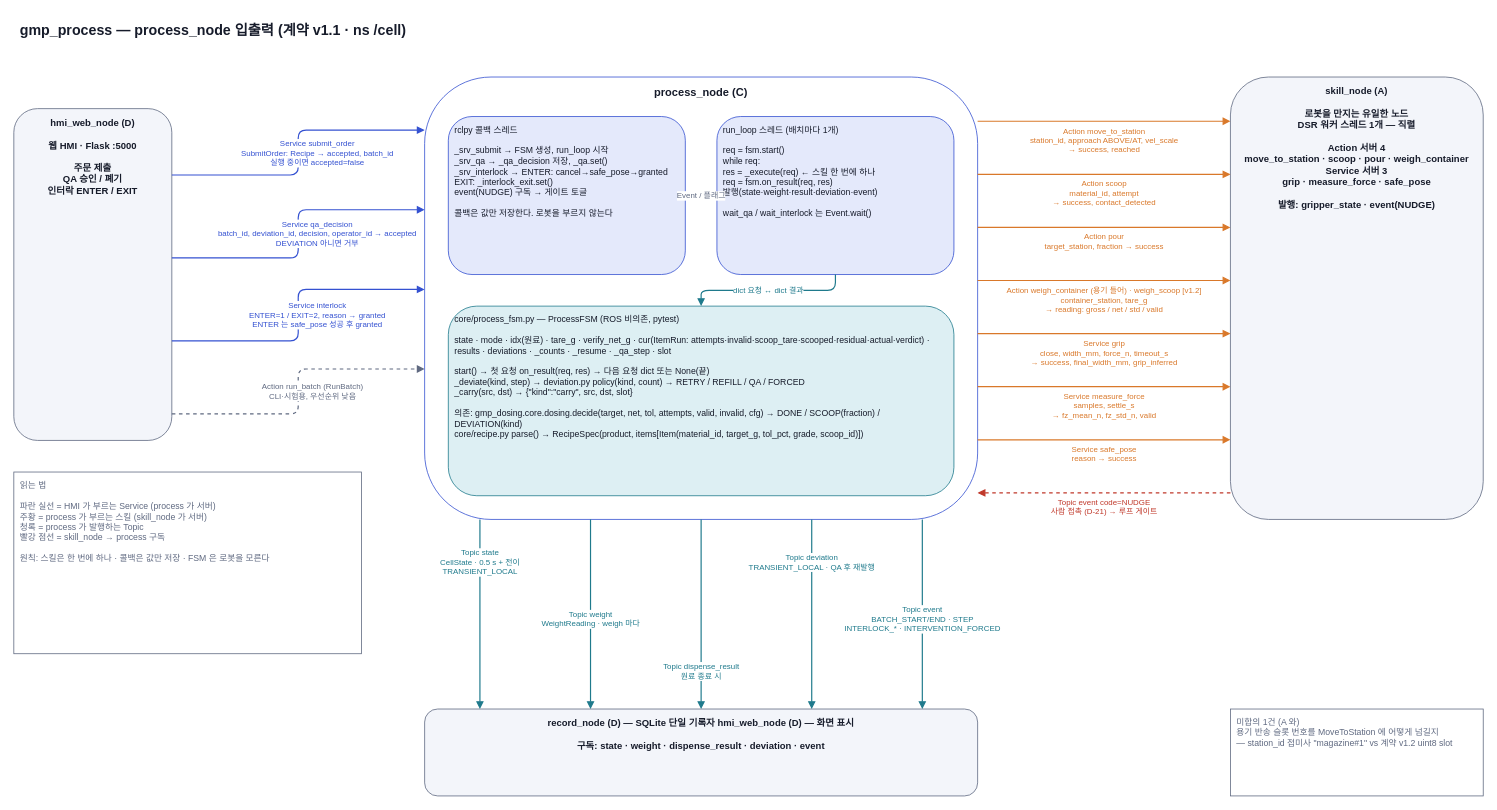
This is page "1 노드 입출력" (1 of 4) of docs/diagrams/process_flow.drawio from Jik-Kim/auto-pharmacist, a draw.io file, before an edit. Source tidied: cells renumbered, new cells numbered last; positions are measured from the earlier drawing's top-left corner, leaving out a move shared by most shapes. Both pictures are drawn from the tidied source at 79%, with x=0, y=0 at pixel (13, 13).
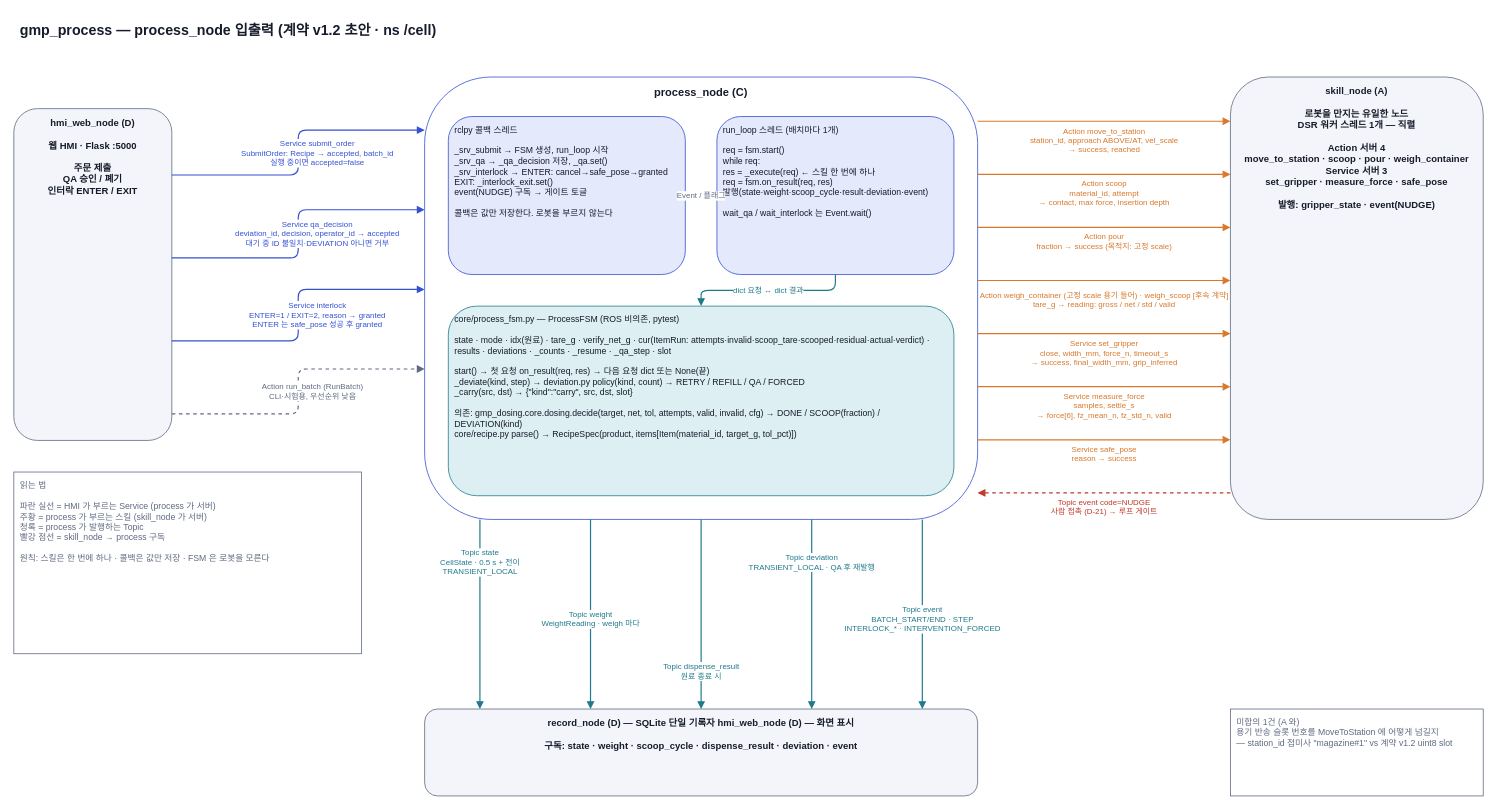
The same page after the edit.

Unchanged cells that the change refers to:
```xml
<mxCell id="3" value="hmi_web_node (D)&lt;br&gt;&lt;br&gt;웹 HMI · Flask :5000&lt;br&gt;&lt;br&gt;주문 제출&lt;br&gt;QA 승인 / 폐기&lt;br&gt;인터락 ENTER / EXIT" style="rounded=1;whiteSpace=wrap;html=1;fillColor=#F3F5FA;strokeColor=#5F6980;fontColor=#161B2A;fontSize=12;align=center;verticalAlign=top;spacingTop=4;spacingLeft=6;spacingRight=6;fontStyle=1;" parent="1" vertex="1">
  <mxGeometry y="120" width="200" height="420" as="geometry" />
</mxCell>
<mxCell id="4" value="process_node (C)" style="rounded=1;whiteSpace=wrap;html=1;fillColor=#FFFFFF;strokeColor=#3451D1;fontColor=#161B2A;fontSize=14;align=center;verticalAlign=top;spacingTop=4;spacingLeft=6;spacingRight=6;fontStyle=1;" parent="1" vertex="1">
  <mxGeometry x="520" y="80" width="700" height="560" as="geometry" />
</mxCell>
```

Change to the diagram source:
```diff
@@
-    <mxCell id="2" value="gmp_process — process_node 입출력 (계약 v1.1 · ns /cell)" style="rounded=1;whiteSpace=wrap;html=1;fillColor=#FFFFFF;strokeColor=none;fontColor=#161B2A;fontSize=18;align=left;verticalAlign=top;spacingTop=4;spacingLeft=6;spacingRight=6;fontStyle=1;" parent="1" vertex="1">
+    <mxCell id="2" value="gmp_process — process_node 입출력 (계약 v1.2 초안 · ns /cell)" style="rounded=1;whiteSpace=wrap;html=1;fillColor=#FFFFFF;strokeColor=none;fontColor=#161B2A;fontSize=18;align=left;verticalAlign=top;spacingTop=4;spacingLeft=6;spacingRight=6;fontStyle=1;" parent="1" vertex="1">
       <mxGeometry width="1860" height="40" as="geometry" />
     </mxCell>
@@
-    <mxCell id="6" value="run_loop 스레드 (배치마다 1개)&lt;br&gt;&lt;br&gt;req = fsm.start()&lt;br&gt;while req:&lt;br&gt;    res = _execute(req)   ← 스킬 한 번에 하나&lt;br&gt;    req = fsm.on_result(req, res)&lt;br&gt;    발행(state·weight·result·deviation·event)&lt;br&gt;&lt;br&gt;wait_qa / wait_interlock 는 Event.wait()" style="rounded=1;whiteSpace=wrap;html=1;fillColor=#E4E9FB;strokeColor=#3451D1;fontColor=#161B2A;fontSize=11;align=left;verticalAlign=top;spacingTop=4;spacingLeft=6;spacingRight=6;" parent="1" vertex="1">
+    <mxCell id="6" value="run_loop 스레드 (배치마다 1개)&lt;br&gt;&lt;br&gt;req = fsm.start()&lt;br&gt;while req:&lt;br&gt;    res = _execute(req)   ← 스킬 한 번에 하나&lt;br&gt;    req = fsm.on_result(req, res)&lt;br&gt;    발행(state·weight·scoop_cycle·result·deviation·event)&lt;br&gt;&lt;br&gt;wait_qa / wait_interlock 는 Event.wait()" style="rounded=1;whiteSpace=wrap;html=1;fillColor=#E4E9FB;strokeColor=#3451D1;fontColor=#161B2A;fontSize=11;align=left;verticalAlign=top;spacingTop=4;spacingLeft=6;spacingRight=6;" parent="1" vertex="1">
       <mxGeometry x="890" y="130" width="300" height="200" as="geometry" />
     </mxCell>
-    <mxCell id="7" value="core/process_fsm.py — ProcessFSM (ROS 비의존, pytest)&lt;br&gt;&lt;br&gt;state · mode · idx(원료) · tare_g · verify_net_g · cur(ItemRun: attempts·invalid·scoop_tare·scooped·residual·actual·verdict) · results · deviations · _counts · _resume · _qa_step · slot&lt;br&gt;&lt;br&gt;start() → 첫 요청     on_result(req, res) → 다음 요청 dict 또는 None(끝)&lt;br&gt;_deviate(kind, step) → deviation.py policy(kind, count) → RETRY / REFILL / QA / FORCED&lt;br&gt;_carry(src, dst) → {&quot;kind&quot;:&quot;carry&quot;, src, dst, slot}&lt;br&gt;&lt;br&gt;의존: gmp_dosing.core.dosing.decide(target, net, tol, attempts, valid, invalid, cfg) → DONE / SCOOP(fraction) / DEVIATION(kind)&lt;br&gt;        core/recipe.py parse() → RecipeSpec(product, items[Item(material_id, target_g, tol_pct, grade, scoop_id)])" style="rounded=1;whiteSpace=wrap;html=1;fillColor=#DDEFF3;strokeColor=#1F7A8C;fontColor=#161B2A;fontSize=11;align=left;verticalAlign=top;spacingTop=4;spacingLeft=6;spacingRight=6;" parent="1" vertex="1">
+    <mxCell id="7" value="core/process_fsm.py — ProcessFSM (ROS 비의존, pytest)&lt;br&gt;&lt;br&gt;state · mode · idx(원료) · tare_g · verify_net_g · cur(ItemRun: attempts·invalid·scoop_tare·scooped·residual·actual·verdict) · results · deviations · _counts · _resume · _qa_step · slot&lt;br&gt;&lt;br&gt;start() → 첫 요청     on_result(req, res) → 다음 요청 dict 또는 None(끝)&lt;br&gt;_deviate(kind, step) → deviation.py policy(kind, count) → RETRY / REFILL / QA / FORCED&lt;br&gt;_carry(src, dst) → {&quot;kind&quot;:&quot;carry&quot;, src, dst, slot}&lt;br&gt;&lt;br&gt;의존: gmp_dosing.core.dosing.decide(target, net, tol, attempts, valid, invalid, cfg) → DONE / SCOOP(fraction) / DEVIATION(kind)&lt;br&gt;        core/recipe.py parse() → RecipeSpec(product, items[Item(material_id, target_g, tol_pct)])" style="rounded=1;whiteSpace=wrap;html=1;fillColor=#DDEFF3;strokeColor=#1F7A8C;fontColor=#161B2A;fontSize=11;align=left;verticalAlign=top;spacingTop=4;spacingLeft=6;spacingRight=6;" parent="1" vertex="1">
       <mxGeometry x="550" y="370" width="640" height="240" as="geometry" />
     </mxCell>
@@
-    <mxCell id="10" value="skill_node (A)&lt;br&gt;&lt;br&gt;로봇을 만지는 유일한 노드&lt;br&gt;DSR 워커 스레드 1개 — 직렬&lt;br&gt;&lt;br&gt;Action 서버 4&lt;br&gt;  move_to_station · scoop · pour · weigh_container&lt;br&gt;Service 서버 3&lt;br&gt;  grip · measure_force · safe_pose&lt;br&gt;&lt;br&gt;발행: gripper_state · event(NUDGE)" style="rounded=1;whiteSpace=wrap;html=1;fillColor=#F3F5FA;strokeColor=#5F6980;fontColor=#161B2A;fontSize=12;align=center;verticalAlign=top;spacingTop=4;spacingLeft=6;spacingRight=6;fontStyle=1;" parent="1" vertex="1">
+    <mxCell id="10" value="skill_node (A)&lt;br&gt;&lt;br&gt;로봇을 만지는 유일한 노드&lt;br&gt;DSR 워커 스레드 1개 — 직렬&lt;br&gt;&lt;br&gt;Action 서버 4&lt;br&gt;  move_to_station · scoop · pour · weigh_container&lt;br&gt;Service 서버 3&lt;br&gt;  set_gripper · measure_force · safe_pose&lt;br&gt;&lt;br&gt;발행: gripper_state · event(NUDGE)" style="rounded=1;whiteSpace=wrap;html=1;fillColor=#F3F5FA;strokeColor=#5F6980;fontColor=#161B2A;fontSize=12;align=center;verticalAlign=top;spacingTop=4;spacingLeft=6;spacingRight=6;fontStyle=1;" parent="1" vertex="1">
       <mxGeometry x="1540" y="80" width="320" height="560" as="geometry" />
     </mxCell>
-    <mxCell id="11" value="record_node (D) — SQLite 단일 기록자        hmi_web_node (D) — 화면 표시&lt;br&gt;&lt;br&gt;구독: state · weight · dispense_result · deviation · event" style="rounded=1;whiteSpace=wrap;html=1;fillColor=#F3F5FA;strokeColor=#5F6980;fontColor=#161B2A;fontSize=12;align=center;verticalAlign=top;spacingTop=4;spacingLeft=6;spacingRight=6;fontStyle=1;" parent="1" vertex="1">
+    <mxCell id="11" value="record_node (D) — SQLite 단일 기록자        hmi_web_node (D) — 화면 표시&lt;br&gt;&lt;br&gt;구독: state · weight · scoop_cycle · dispense_result · deviation · event" style="rounded=1;whiteSpace=wrap;html=1;fillColor=#F3F5FA;strokeColor=#5F6980;fontColor=#161B2A;fontSize=12;align=center;verticalAlign=top;spacingTop=4;spacingLeft=6;spacingRight=6;fontStyle=1;" parent="1" vertex="1">
       <mxGeometry x="520" y="880" width="700" height="110" as="geometry" />
     </mxCell>
@@
-    <mxCell id="13" value="Service qa_decision&lt;br&gt;batch_id, deviation_id, decision, operator_id → accepted&lt;br&gt;DEVIATION 아니면 거부" style="edgeStyle=orthogonalEdgeStyle;rounded=1;html=1;endArrow=block;endFill=1;strokeColor=#3451D1;strokeWidth=1.5;fontColor=#3451D1;fontSize=10;labelBackgroundColor=#FFFFFF;exitX=1;exitY=0.45;exitDx=0;exitDy=0;entryX=0;entryY=0.3;entryDx=0;entryDy=0;" parent="1" edge="1" source="3" target="4">
+    <mxCell id="13" value="Service qa_decision&lt;br&gt;deviation_id, decision, operator_id → accepted&lt;br&gt;대기 중 ID 불일치·DEVIATION 아니면 거부" style="edgeStyle=orthogonalEdgeStyle;rounded=1;html=1;endArrow=block;endFill=1;strokeColor=#3451D1;strokeWidth=1.5;fontColor=#3451D1;fontSize=10;labelBackgroundColor=#FFFFFF;exitX=1;exitY=0.45;exitDx=0;exitDy=0;entryX=0;entryY=0.3;entryDx=0;entryDy=0;" parent="1" edge="1" source="3" target="4">
       <mxGeometry y="-24" relative="1" as="geometry" />
     </mxCell>
@@
-    <mxCell id="17" value="Action scoop&lt;br&gt;material_id, attempt&lt;br&gt;→ success, contact_detected" style="edgeStyle=orthogonalEdgeStyle;rounded=1;html=1;endArrow=block;endFill=1;strokeColor=#D9782A;strokeWidth=1.5;fontColor=#D9782A;fontSize=10;labelBackgroundColor=#FFFFFF;exitX=1;exitY=0.22;exitDx=0;exitDy=0;entryX=0;entryY=0.22;entryDx=0;entryDy=0;" parent="1" edge="1" source="4" target="10">
+    <mxCell id="17" value="Action scoop&lt;br&gt;material_id, attempt&lt;br&gt;→ contact, max force, insertion depth" style="edgeStyle=orthogonalEdgeStyle;rounded=1;html=1;endArrow=block;endFill=1;strokeColor=#D9782A;strokeWidth=1.5;fontColor=#D9782A;fontSize=10;labelBackgroundColor=#FFFFFF;exitX=1;exitY=0.22;exitDx=0;exitDy=0;entryX=0;entryY=0.22;entryDx=0;entryDy=0;" parent="1" edge="1" source="4" target="10">
       <mxGeometry y="-24" relative="1" as="geometry" />
     </mxCell>
-    <mxCell id="18" value="Action pour&lt;br&gt;target_station, fraction → success" style="edgeStyle=orthogonalEdgeStyle;rounded=1;html=1;endArrow=block;endFill=1;strokeColor=#D9782A;strokeWidth=1.5;fontColor=#D9782A;fontSize=10;labelBackgroundColor=#FFFFFF;exitX=1;exitY=0.34;exitDx=0;exitDy=0;entryX=0;entryY=0.34;entryDx=0;entryDy=0;" parent="1" edge="1" source="4" target="10">
+    <mxCell id="18" value="Action pour&lt;br&gt;fraction → success (목적지: 고정 scale)" style="edgeStyle=orthogonalEdgeStyle;rounded=1;html=1;endArrow=block;endFill=1;strokeColor=#D9782A;strokeWidth=1.5;fontColor=#D9782A;fontSize=10;labelBackgroundColor=#FFFFFF;exitX=1;exitY=0.34;exitDx=0;exitDy=0;entryX=0;entryY=0.34;entryDx=0;entryDy=0;" parent="1" edge="1" source="4" target="10">
       <mxGeometry y="-18" relative="1" as="geometry" />
     </mxCell>
-    <mxCell id="19" value="Action weigh_container (용기 들어) · weigh_scoop [v1.2]&lt;br&gt;container_station, tare_g&lt;br&gt;→ reading: gross / net / std / valid" style="edgeStyle=orthogonalEdgeStyle;rounded=1;html=1;endArrow=block;endFill=1;strokeColor=#D9782A;strokeWidth=1.5;fontColor=#D9782A;fontSize=10;labelBackgroundColor=#FFFFFF;exitX=1;exitY=0.46;exitDx=0;exitDy=0;entryX=0;entryY=0.46;entryDx=0;entryDy=0;" parent="1" edge="1" source="4" target="10">
+    <mxCell id="19" value="Action weigh_container (고정 scale 용기 들어) · weigh_scoop [후속 계약]&lt;br&gt;tare_g → reading: gross / net / std / valid" style="edgeStyle=orthogonalEdgeStyle;rounded=1;html=1;endArrow=block;endFill=1;strokeColor=#D9782A;strokeWidth=1.5;fontColor=#D9782A;fontSize=10;labelBackgroundColor=#FFFFFF;exitX=1;exitY=0.46;exitDx=0;exitDy=0;entryX=0;entryY=0.46;entryDx=0;entryDy=0;" parent="1" edge="1" source="4" target="10">
       <mxGeometry y="-24" relative="1" as="geometry" />
     </mxCell>
-    <mxCell id="20" value="Service grip&lt;br&gt;close, width_mm, force_n, timeout_s&lt;br&gt;→ success, final_width_mm, grip_inferred" style="edgeStyle=orthogonalEdgeStyle;rounded=1;html=1;endArrow=block;endFill=1;strokeColor=#D9782A;strokeWidth=1.5;fontColor=#D9782A;fontSize=10;labelBackgroundColor=#FFFFFF;exitX=1;exitY=0.58;exitDx=0;exitDy=0;entryX=0;entryY=0.58;entryDx=0;entryDy=0;" parent="1" edge="1" source="4" target="10">
+    <mxCell id="20" value="Service set_gripper&lt;br&gt;close, width_mm, force_n, timeout_s&lt;br&gt;→ success, final_width_mm, grip_inferred" style="edgeStyle=orthogonalEdgeStyle;rounded=1;html=1;endArrow=block;endFill=1;strokeColor=#D9782A;strokeWidth=1.5;fontColor=#D9782A;fontSize=10;labelBackgroundColor=#FFFFFF;exitX=1;exitY=0.58;exitDx=0;exitDy=0;entryX=0;entryY=0.58;entryDx=0;entryDy=0;" parent="1" edge="1" source="4" target="10">
       <mxGeometry y="-24" relative="1" as="geometry" />
     </mxCell>
-    <mxCell id="21" value="Service measure_force&lt;br&gt;samples, settle_s&lt;br&gt;→ fz_mean_n, fz_std_n, valid" style="edgeStyle=orthogonalEdgeStyle;rounded=1;html=1;endArrow=block;endFill=1;strokeColor=#D9782A;strokeWidth=1.5;fontColor=#D9782A;fontSize=10;labelBackgroundColor=#FFFFFF;exitX=1;exitY=0.7;exitDx=0;exitDy=0;entryX=0;entryY=0.7;entryDx=0;entryDy=0;" parent="1" edge="1" source="4" target="10">
+    <mxCell id="21" value="Service measure_force&lt;br&gt;samples, settle_s&lt;br&gt;→ force[6], fz_mean_n, fz_std_n, valid" style="edgeStyle=orthogonalEdgeStyle;rounded=1;html=1;endArrow=block;endFill=1;strokeColor=#D9782A;strokeWidth=1.5;fontColor=#D9782A;fontSize=10;labelBackgroundColor=#FFFFFF;exitX=1;exitY=0.7;exitDx=0;exitDy=0;entryX=0;entryY=0.7;entryDx=0;entryDy=0;" parent="1" edge="1" source="4" target="10">
       <mxGeometry y="-24" relative="1" as="geometry" />
     </mxCell>
```
